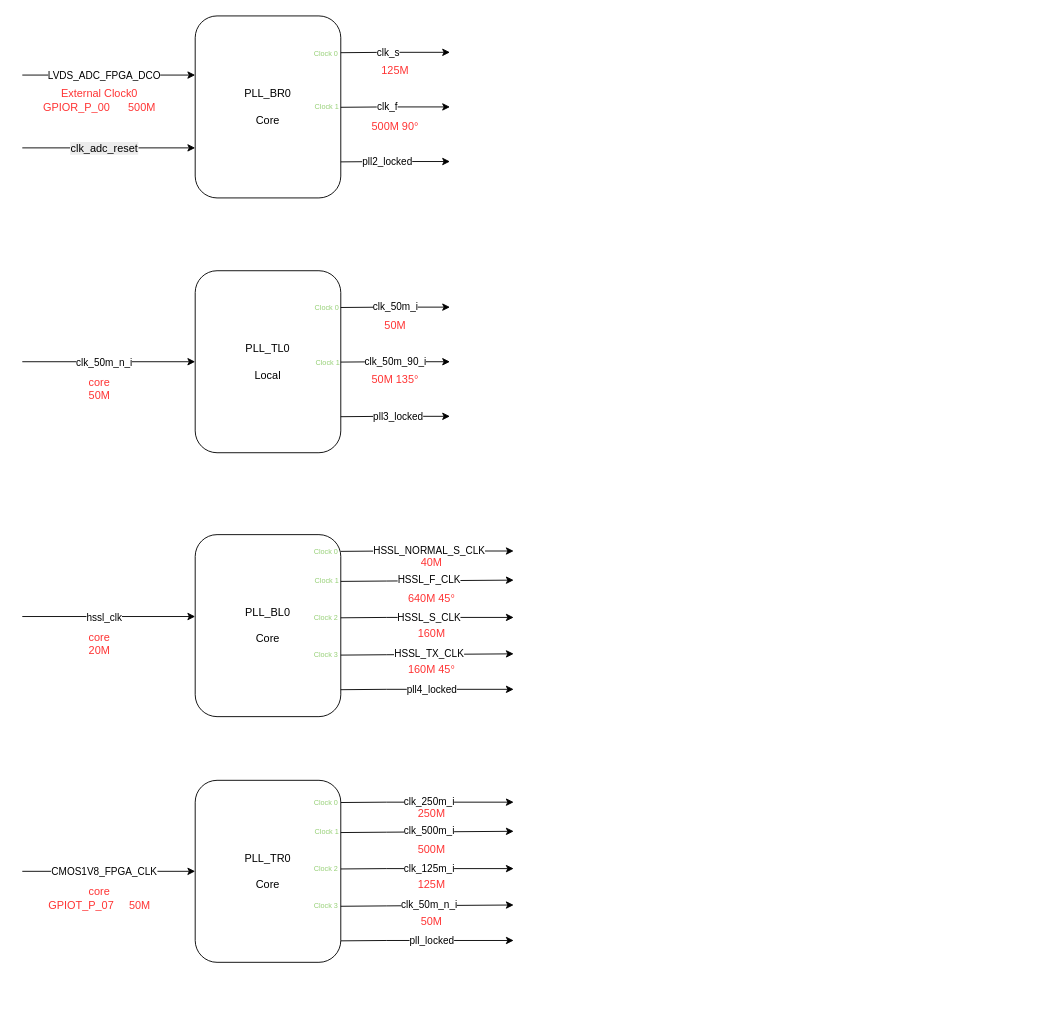
shenwangchong/learngit keeps this draw.io diagram as A11-100M-PLL.drawio. Above is the earlier version. Source tidied: cells renumbered, new cells numbered last; positions are measured from the earlier drawing's top-left corner, leaving out a move shared by most shapes. Both pictures are drawn from the tidied source at 91%, with x=0, y=0 at pixel (22, 15).
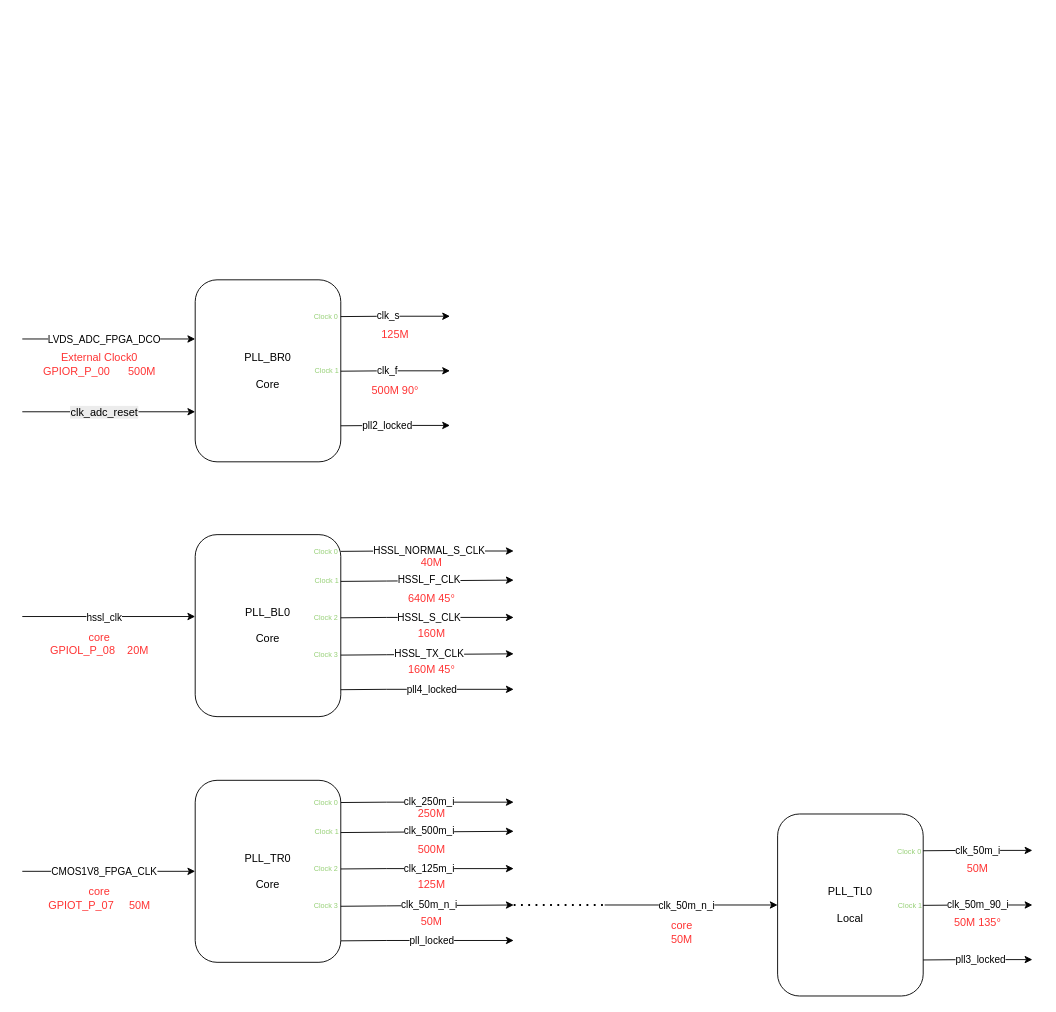
The same page after the edit.

Change to the diagram source:
```diff
@@
     <mxCell id="2" value="PLL_BR0&lt;div&gt;&lt;br&gt;&lt;/div&gt;&lt;div&gt;Core&lt;/div&gt;" style="rounded=1;whiteSpace=wrap;html=1;" parent="1" vertex="1">
-      <mxGeometry x="190" width="160" height="200" as="geometry" />
+      <mxGeometry x="190" y="290" width="160" height="200" as="geometry" />
     </mxCell>
     <mxCell id="3" value="PLL_TL0&lt;div&gt;&lt;br&gt;&lt;/div&gt;&lt;div&gt;Local&lt;/div&gt;" style="rounded=1;whiteSpace=wrap;html=1;" parent="1" vertex="1">
-      <mxGeometry x="190" y="280" width="160" height="200" as="geometry" />
+      <mxGeometry x="830" y="877" width="160" height="200" as="geometry" />
     </mxCell>
@@
     <mxCell id="6" style="endArrow=classic;html=1;rounded=0;" parent="1" edge="1">
       <mxGeometry relative="1" as="geometry">
-        <mxPoint y="65" as="sourcePoint" />
-        <mxPoint x="190" y="65" as="targetPoint" />
+        <mxPoint y="355" as="sourcePoint" />
+        <mxPoint x="190" y="355" as="targetPoint" />
       </mxGeometry>
     </mxCell>
@@
     <mxCell id="8" value="&lt;font style=&quot;color: rgb(255, 51, 51);&quot;&gt;External Clock0&lt;/font&gt;&lt;div&gt;&lt;font style=&quot;color: rgb(255, 51, 51);&quot;&gt;GPIOR_P_00&amp;nbsp; &amp;nbsp; &amp;nbsp; 500M&lt;/font&gt;&lt;/div&gt;" style="text;html=1;whiteSpace=wrap;strokeColor=none;fillColor=none;align=center;verticalAlign=middle;rounded=0;" parent="1" vertex="1">
-      <mxGeometry x="10" y="83" width="150" height="20" as="geometry" />
+      <mxGeometry x="10" y="373" width="150" height="20" as="geometry" />
     </mxCell>
     <mxCell id="9" style="endArrow=classic;html=1;rounded=0;exitX=1;exitY=0.192;exitDx=0;exitDy=0;exitPerimeter=0;" parent="1" edge="1">
       <mxGeometry relative="1" as="geometry">
-        <mxPoint x="350" y="40.4" as="sourcePoint" />
-        <mxPoint x="470" y="40" as="targetPoint" />
+        <mxPoint x="350" y="330.4" as="sourcePoint" />
+        <mxPoint x="470" y="330" as="targetPoint" />
         <Array as="points">
-          <mxPoint x="400" y="40" />
+          <mxPoint x="400" y="330" />
         </Array>
       </mxGeometry>
     </mxCell>
@@
     <mxCell id="11" style="endArrow=classic;html=1;rounded=0;exitX=1;exitY=0.192;exitDx=0;exitDy=0;exitPerimeter=0;" parent="1" edge="1">
       <mxGeometry relative="1" as="geometry">
-        <mxPoint x="350" y="100.4" as="sourcePoint" />
-        <mxPoint x="470" y="100" as="targetPoint" />
+        <mxPoint x="350" y="390.4" as="sourcePoint" />
+        <mxPoint x="470" y="390" as="targetPoint" />
         <Array as="points">
-          <mxPoint x="400" y="100" />
+          <mxPoint x="400" y="390" />
         </Array>
       </mxGeometry>
     </mxCell>
@@
     <mxCell id="13" value="&lt;font style=&quot;color: rgb(255, 51, 51);&quot;&gt;125M&lt;/font&gt;" style="text;html=1;whiteSpace=wrap;strokeColor=none;fillColor=none;align=center;verticalAlign=middle;rounded=0;" parent="1" vertex="1">
-      <mxGeometry x="380" y="50" width="60" height="20" as="geometry" />
+      <mxGeometry x="380" y="340" width="60" height="20" as="geometry" />
     </mxCell>
     <mxCell id="14" value="&lt;font style=&quot;color: rgb(255, 51, 51);&quot;&gt;500M 90°&lt;/font&gt;" style="text;html=1;whiteSpace=wrap;strokeColor=none;fillColor=none;align=center;verticalAlign=middle;rounded=0;" parent="1" vertex="1">
-      <mxGeometry x="380" y="112" width="60" height="20" as="geometry" />
+      <mxGeometry x="380" y="402" width="60" height="20" as="geometry" />
     </mxCell>
     <mxCell id="15" style="endArrow=classic;html=1;rounded=0;" parent="1" edge="1">
       <mxGeometry relative="1" as="geometry">
-        <mxPoint y="145" as="sourcePoint" />
-        <mxPoint x="190" y="145" as="targetPoint" />
+        <mxPoint y="435" as="sourcePoint" />
+        <mxPoint x="190" y="435" as="targetPoint" />
       </mxGeometry>
     </mxCell>
@@
     <mxCell id="17" style="endArrow=classic;html=1;rounded=0;exitX=1;exitY=0.192;exitDx=0;exitDy=0;exitPerimeter=0;" parent="1" edge="1">
       <mxGeometry relative="1" as="geometry">
-        <mxPoint x="350" y="160.4" as="sourcePoint" />
-        <mxPoint x="470" y="160" as="targetPoint" />
+        <mxPoint x="350" y="450.4" as="sourcePoint" />
+        <mxPoint x="470" y="450" as="targetPoint" />
         <Array as="points">
-          <mxPoint x="400" y="160" />
+          <mxPoint x="400" y="450" />
         </Array>
       </mxGeometry>
     </mxCell>
@@
     <mxCell id="19" style="endArrow=classic;html=1;rounded=0;" parent="1" edge="1">
       <mxGeometry relative="1" as="geometry">
-        <mxPoint y="380" as="sourcePoint" />
-        <mxPoint x="190" y="380" as="targetPoint" />
+        <mxPoint x="640" y="977" as="sourcePoint" />
+        <mxPoint x="830" y="977" as="targetPoint" />
       </mxGeometry>
     </mxCell>
@@
     <mxCell id="21" value="&lt;font color=&quot;#ff3333&quot;&gt;core&lt;/font&gt;&lt;br&gt;&lt;div&gt;&lt;font style=&quot;color: rgb(255, 51, 51);&quot;&gt;50M&lt;/font&gt;&lt;/div&gt;" style="text;html=1;whiteSpace=wrap;strokeColor=none;fillColor=none;align=center;verticalAlign=middle;rounded=0;" parent="1" vertex="1">
-      <mxGeometry x="10" y="400" width="150" height="20" as="geometry" />
+      <mxGeometry x="650" y="997" width="150" height="20" as="geometry" />
     </mxCell>
     <mxCell id="22" value="&lt;font style=&quot;font-size: 8px; color: rgb(151, 208, 119);&quot;&gt;Clock 0&lt;/font&gt;" style="text;html=1;whiteSpace=wrap;strokeColor=none;fillColor=none;align=center;verticalAlign=middle;rounded=0;" parent="1" vertex="1">
-      <mxGeometry x="305" y="310" width="60" height="20" as="geometry" />
+      <mxGeometry x="945" y="907" width="60" height="20" as="geometry" />
     </mxCell>
     <mxCell id="23" style="endArrow=classic;html=1;rounded=0;exitX=1;exitY=0.192;exitDx=0;exitDy=0;exitPerimeter=0;" parent="1" edge="1">
       <mxGeometry relative="1" as="geometry">
-        <mxPoint x="350" y="320.4" as="sourcePoint" />
-        <mxPoint x="470" y="320" as="targetPoint" />
+        <mxPoint x="990" y="917.4" as="sourcePoint" />
+        <mxPoint x="1110" y="917" as="targetPoint" />
         <Array as="points">
-          <mxPoint x="400" y="320" />
+          <mxPoint x="1040" y="917" />
         </Array>
       </mxGeometry>
     </mxCell>
@@
     <mxCell id="25" value="&lt;font style=&quot;color: rgb(255, 51, 51);&quot;&gt;50M&lt;/font&gt;" style="text;html=1;whiteSpace=wrap;strokeColor=none;fillColor=none;align=center;verticalAlign=middle;rounded=0;" parent="1" vertex="1">
-      <mxGeometry x="380" y="330" width="60" height="20" as="geometry" />
+      <mxGeometry x="1020" y="927" width="60" height="20" as="geometry" />
     </mxCell>
     <mxCell id="26" value="&lt;font style=&quot;font-size: 8px; color: rgb(151, 208, 119);&quot;&gt;Clock 1&lt;/font&gt;" style="text;html=1;whiteSpace=wrap;strokeColor=none;fillColor=none;align=center;verticalAlign=middle;rounded=0;" parent="1" vertex="1">
-      <mxGeometry x="306" y="370" width="60" height="20" as="geometry" />
+      <mxGeometry x="946" y="967" width="60" height="20" as="geometry" />
     </mxCell>
     <mxCell id="27" style="endArrow=classic;html=1;rounded=0;exitX=1;exitY=0.192;exitDx=0;exitDy=0;exitPerimeter=0;" parent="1" edge="1">
       <mxGeometry relative="1" as="geometry">
-        <mxPoint x="350" y="380.4" as="sourcePoint" />
-        <mxPoint x="470" y="380" as="targetPoint" />
+        <mxPoint x="990" y="977.4" as="sourcePoint" />
+        <mxPoint x="1110" y="977" as="targetPoint" />
         <Array as="points">
-          <mxPoint x="400" y="380" />
+          <mxPoint x="1040" y="977" />
         </Array>
       </mxGeometry>
     </mxCell>
@@
     <mxCell id="29" value="&lt;font style=&quot;color: rgb(255, 51, 51);&quot;&gt;50M 135°&lt;/font&gt;" style="text;html=1;whiteSpace=wrap;strokeColor=none;fillColor=none;align=center;verticalAlign=middle;rounded=0;" parent="1" vertex="1">
-      <mxGeometry x="380" y="390" width="60" height="20" as="geometry" />
+      <mxGeometry x="1020" y="987" width="60" height="20" as="geometry" />
     </mxCell>
     <mxCell id="30" style="endArrow=classic;html=1;rounded=0;exitX=1;exitY=0.192;exitDx=0;exitDy=0;exitPerimeter=0;" parent="1" edge="1">
       <mxGeometry relative="1" as="geometry">
-        <mxPoint x="350" y="440.4" as="sourcePoint" />
-        <mxPoint x="470" y="440" as="targetPoint" />
+        <mxPoint x="990" y="1037.4" as="sourcePoint" />
+        <mxPoint x="1110" y="1037" as="targetPoint" />
         <Array as="points">
-          <mxPoint x="400" y="440" />
+          <mxPoint x="1040" y="1037" />
         </Array>
       </mxGeometry>
     </mxCell>
@@
     <mxCell id="32" value="&lt;font style=&quot;font-size: 8px; color: rgb(151, 208, 119);&quot;&gt;Clock 0&lt;/font&gt;" style="text;html=1;whiteSpace=wrap;strokeColor=none;fillColor=none;align=center;verticalAlign=middle;rounded=0;" parent="1" vertex="1">
-      <mxGeometry x="304" y="30" width="60" height="20" as="geometry" />
+      <mxGeometry x="304" y="320" width="60" height="20" as="geometry" />
     </mxCell>
     <mxCell id="33" value="&lt;font style=&quot;font-size: 8px; color: rgb(151, 208, 119);&quot;&gt;Clock 1&lt;/font&gt;" style="text;html=1;whiteSpace=wrap;strokeColor=none;fillColor=none;align=center;verticalAlign=middle;rounded=0;" parent="1" vertex="1">
-      <mxGeometry x="305" y="89" width="60" height="20" as="geometry" />
+      <mxGeometry x="305" y="379" width="60" height="20" as="geometry" />
     </mxCell>
@@
-    <mxCell id="36" value="&lt;font color=&quot;#ff3333&quot;&gt;core&lt;/font&gt;&lt;br&gt;&lt;div&gt;&lt;font style=&quot;color: rgb(255, 51, 51);&quot;&gt;20M&lt;/font&gt;&lt;/div&gt;" style="text;html=1;whiteSpace=wrap;strokeColor=none;fillColor=none;align=center;verticalAlign=middle;rounded=0;" parent="1" vertex="1">
+    <mxCell id="36" value="&lt;font color=&quot;#ff3333&quot;&gt;core&lt;/font&gt;&lt;br&gt;&lt;div&gt;&lt;font style=&quot;color: rgb(255, 51, 51);&quot;&gt;GPIOL_P_08&amp;nbsp; &amp;nbsp; 20M&lt;/font&gt;&lt;/div&gt;" style="text;html=1;whiteSpace=wrap;strokeColor=none;fillColor=none;align=center;verticalAlign=middle;rounded=0;" parent="1" vertex="1">
       <mxGeometry x="10" y="680" width="150" height="20" as="geometry" />
     </mxCell>
@@
+    <mxCell id="76" style="endArrow=none;dashed=1;html=1;dashPattern=1 3;strokeWidth=2;rounded=0;" parent="1" edge="1">
+      <mxGeometry relative="1" as="geometry">
+        <mxPoint x="540" y="977" as="sourcePoint" />
+        <mxPoint x="640" y="977" as="targetPoint" />
+      </mxGeometry>
+    </mxCell>
```
